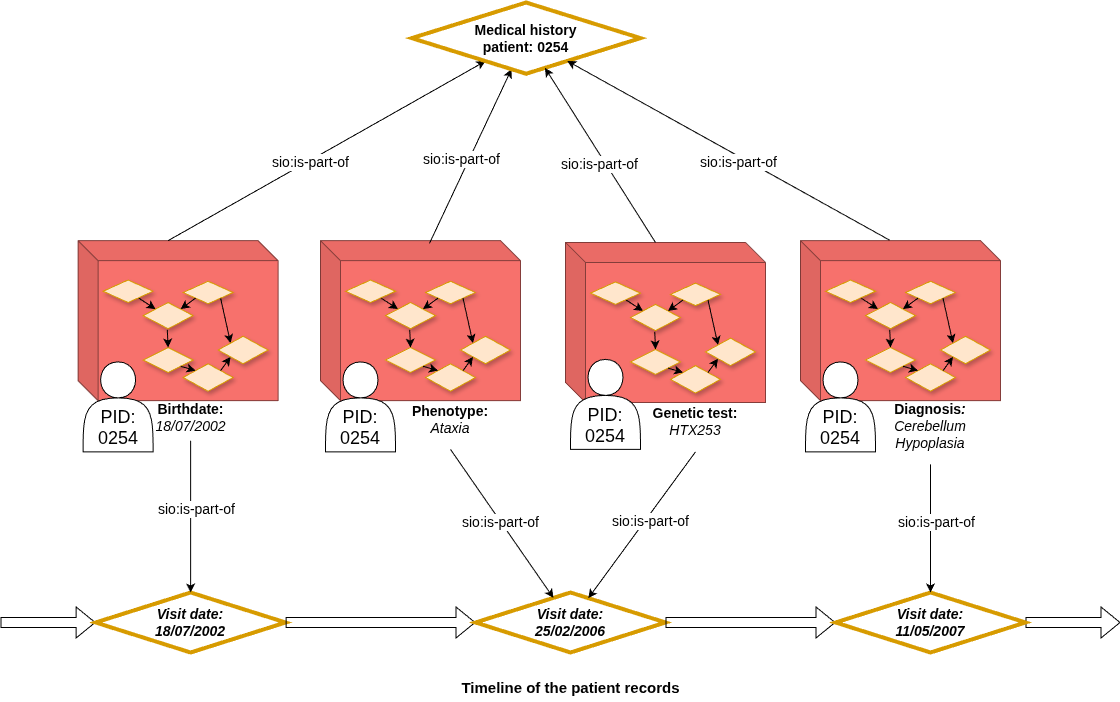
CARE-SM/CARE-Semantic-Model keeps this draw.io diagram as images/CARE-SM-Timeline.png. Above is the earlier version. Source tidied: cells renumbered, new cells last; positions are measured from the earlier drawing's top-left corner, leaving out a move shared by most shapes.
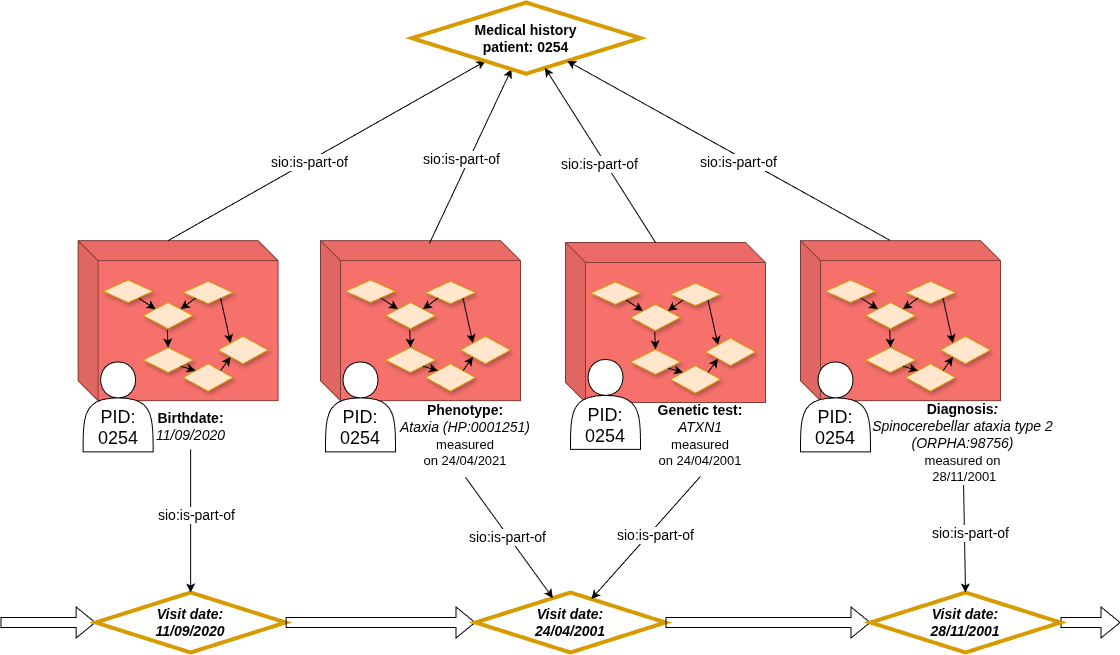
After the commit.

Commit message:
Timeline dates correction

Change to the diagram source:
```diff
@@ -41,8 +41,8 @@
     <mxCell id="14" style="rhombus;whiteSpace=wrap;html=1;fillColor=#ffe6cc;strokeColor=#d79b00;backgroundOutline=0;shadow=1;fontSize=14;" parent="1" vertex="1">
       <mxGeometry x="460" y="333.8" width="50" height="27.5" as="geometry" />
     </mxCell>
-    <mxCell id="15" value="&lt;b style=&quot;&quot;&gt;Phenotype:&lt;/b&gt;&lt;br&gt;&lt;i&gt;Ataxia&lt;/i&gt;" style="text;html=1;strokeColor=none;fillColor=none;align=center;verticalAlign=middle;whiteSpace=wrap;rounded=0;fontSize=14;" parent="1" vertex="1">
-      <mxGeometry x="390" y="386.9" width="120" height="60" as="geometry" />
+    <mxCell id="15" value="&lt;b style=&quot;&quot;&gt;Phenotype:&lt;/b&gt;&lt;br&gt;&lt;i&gt;Ataxia (HP:0001251)&lt;/i&gt;&lt;div&gt;&lt;font style=&quot;font-size: 13px;&quot;&gt;measured on&amp;nbsp;&lt;span style=&quot;background-color: transparent; color: light-dark(rgb(0, 0, 0), rgb(255, 255, 255));&quot;&gt;24/04/2021&lt;/span&gt;&lt;/font&gt;&lt;/div&gt;" style="text;html=1;strokeColor=none;fillColor=none;align=center;verticalAlign=middle;whiteSpace=wrap;rounded=0;fontSize=14;" parent="1" vertex="1">
+      <mxGeometry x="395" y="391.7" width="140" height="83.1" as="geometry" />
     </mxCell>
     <mxCell id="16" style="shape=cube;whiteSpace=wrap;html=1;boundedLbl=1;backgroundOutline=1;darkOpacity=0.05;darkOpacity2=0.1;fillColor=#F7716C;strokeColor=#853D3A;fontSize=14;" parent="1" vertex="1">
       <mxGeometry x="565" y="240" width="200" height="160" as="geometry" />
@@ -83,8 +83,8 @@
     <mxCell id="28" style="rhombus;whiteSpace=wrap;html=1;fillColor=#ffe6cc;strokeColor=#d79b00;backgroundOutline=0;shadow=1;fontSize=14;" parent="1" vertex="1">
       <mxGeometry x="705" y="335.6" width="50" height="27.5" as="geometry" />
     </mxCell>
-    <mxCell id="29" value="&lt;span style=&quot;font-size: 14px;&quot;&gt;&lt;b style=&quot;font-size: 14px;&quot;&gt;&lt;font style=&quot;font-size: 14px;&quot;&gt;Diagnosis&lt;i&gt;:&lt;/i&gt;&lt;/font&gt;&lt;/b&gt;&lt;/span&gt;&lt;div&gt;&lt;i style=&quot;font-size: 14px;&quot;&gt;&lt;span style=&quot;font-size: 14px;&quot;&gt;&lt;font style=&quot;font-size: 14px;&quot;&gt;Cerebellum&lt;/font&gt;&lt;/span&gt;&lt;/i&gt;&lt;/div&gt;&lt;div&gt;&lt;i style=&quot;font-size: 14px;&quot;&gt;&lt;span style=&quot;font-size: 14px;&quot;&gt;&lt;font style=&quot;font-size: 14px;&quot;&gt;Hypoplasia&lt;/font&gt;&lt;/span&gt;&lt;/i&gt;&lt;/div&gt;&lt;div&gt;&lt;br&gt;&lt;/div&gt;" style="text;html=1;strokeColor=none;fillColor=none;align=center;verticalAlign=middle;whiteSpace=wrap;rounded=0;fontSize=14;" parent="1" vertex="1">
-      <mxGeometry x="870" y="402.5" width="120" height="59.4" as="geometry" />
+    <mxCell id="29" value="&lt;span style=&quot;font-size: 14px;&quot;&gt;&lt;b style=&quot;font-size: 14px;&quot;&gt;&lt;font style=&quot;font-size: 14px;&quot;&gt;Diagnosis&lt;i&gt;:&lt;br&gt;&lt;/i&gt;&lt;/font&gt;&lt;/b&gt;&lt;/span&gt;&lt;div&gt;&lt;span style=&quot;background-color: transparent;&quot;&gt;&lt;i&gt;Spinocerebellar ataxia type 2&lt;/i&gt;&lt;/span&gt;&lt;/div&gt;&lt;div&gt;&lt;span style=&quot;background-color: transparent;&quot;&gt;&lt;i&gt;(ORPHA:98756)&lt;/i&gt;&lt;/span&gt;&lt;/div&gt;&lt;div&gt;&lt;span style=&quot;font-size: 13px; background-color: transparent; color: light-dark(rgb(0, 0, 0), rgb(255, 255, 255));&quot;&gt;measured on&lt;/span&gt;&lt;/div&gt;&lt;div&gt;&lt;span style=&quot;font-size: 13px;&quot;&gt;&amp;nbsp;&lt;/span&gt;&lt;span style=&quot;color: light-dark(rgb(0, 0, 0), rgb(255, 255, 255)); background-color: transparent; font-size: 13px;&quot;&gt;28/11/2001&lt;/span&gt;&lt;/div&gt;&lt;div&gt;&lt;br&gt;&lt;/div&gt;" style="text;html=1;strokeColor=none;fillColor=none;align=center;verticalAlign=middle;whiteSpace=wrap;rounded=0;fontSize=14;" parent="1" vertex="1">
+      <mxGeometry x="865" y="415" width="195" height="67.5" as="geometry" />
     </mxCell>
     <mxCell id="30" style="shape=cube;whiteSpace=wrap;html=1;boundedLbl=1;backgroundOutline=1;darkOpacity=0.05;darkOpacity2=0.1;fillColor=#F7716C;strokeColor=#853D3A;fontSize=14;" parent="1" vertex="1">
       <mxGeometry x="77.6" y="238.1" width="200" height="160" as="geometry" />
@@ -152,36 +152,36 @@
         <mxPoint y="-1" as="offset" />
       </mxGeometry>
     </mxCell>
-    <mxCell id="50" value="&lt;b&gt;Genetic test:&lt;/b&gt;&lt;div&gt;&lt;i&gt;HTX253&lt;/i&gt;&lt;/div&gt;" style="text;html=1;strokeColor=none;fillColor=none;align=center;verticalAlign=middle;whiteSpace=wrap;rounded=0;fontSize=14;" parent="1" vertex="1">
-      <mxGeometry x="635" y="388.8" width="120" height="60.6" as="geometry" />
+    <mxCell id="50" value="&lt;b&gt;Genetic test:&lt;/b&gt;&lt;div&gt;&lt;i&gt;ATXN1&lt;/i&gt;&lt;/div&gt;&lt;div&gt;&lt;span style=&quot;font-size: 13px;&quot;&gt;measured on&amp;nbsp;&lt;/span&gt;&lt;span style=&quot;color: light-dark(rgb(0, 0, 0), rgb(255, 255, 255)); font-size: 13px; background-color: transparent;&quot;&gt;24/04/2001&lt;/span&gt;&lt;/div&gt;" style="text;html=1;strokeColor=none;fillColor=none;align=center;verticalAlign=middle;whiteSpace=wrap;rounded=0;fontSize=14;" parent="1" vertex="1">
+      <mxGeometry x="640" y="392.7" width="120" height="81.2" as="geometry" />
     </mxCell>
     <mxCell id="51" style="shape=flexArrow;endArrow=classic;html=1;rounded=0;" parent="1" edge="1" source="58">
       <mxGeometry relative="1" as="geometry">
         <mxPoint x="1120" y="620" as="targetPoint" />
       </mxGeometry>
     </mxCell>
-    <mxCell id="52" value="&lt;span style=&quot;font-size: 14px;&quot;&gt;&lt;b style=&quot;font-size: 14px;&quot;&gt;&lt;font style=&quot;font-size: 14px;&quot;&gt;Birthdate:&lt;/font&gt;&lt;/b&gt;&lt;/span&gt;&lt;div&gt;&lt;i style=&quot;font-size: 14px;&quot;&gt;&lt;span style=&quot;font-size: 14px;&quot;&gt;&lt;font style=&quot;font-size: 14px;&quot;&gt;18/07/2002&lt;/font&gt;&lt;/span&gt;&lt;/i&gt;&lt;/div&gt;" style="text;html=1;strokeColor=none;fillColor=none;align=center;verticalAlign=middle;whiteSpace=wrap;rounded=0;fontSize=14;" parent="1" vertex="1">
-      <mxGeometry x="122.7" y="391.7" width="134.9" height="46.6" as="geometry" />
+    <mxCell id="52" value="&lt;span style=&quot;font-size: 14px;&quot;&gt;&lt;b style=&quot;font-size: 14px;&quot;&gt;&lt;font style=&quot;font-size: 14px;&quot;&gt;Birthdate:&lt;/font&gt;&lt;/b&gt;&lt;/span&gt;&lt;div&gt;&lt;i style=&quot;font-size: 14px;&quot;&gt;&lt;span style=&quot;font-size: 14px;&quot;&gt;&lt;font style=&quot;font-size: 14px;&quot;&gt;11/09/2020&lt;/font&gt;&lt;/span&gt;&lt;/i&gt;&lt;/div&gt;" style="text;html=1;strokeColor=none;fillColor=none;align=center;verticalAlign=middle;whiteSpace=wrap;rounded=0;fontSize=14;" parent="1" vertex="1">
+      <mxGeometry x="122.7" y="400.3" width="134.9" height="46.6" as="geometry" />
     </mxCell>
     <mxCell id="53" style="shape=flexArrow;endArrow=classic;html=1;rounded=0;" parent="1" edge="1" target="54">
       <mxGeometry relative="1" as="geometry">
         <mxPoint y="620" as="sourcePoint" />
       </mxGeometry>
     </mxCell>
-    <mxCell id="54" value="&lt;div&gt;&lt;i&gt;&lt;b&gt;Visit date:&lt;/b&gt;&lt;/i&gt;&lt;/div&gt;&lt;div&gt;&lt;i&gt;&lt;b&gt;18/07/2002&lt;/b&gt;&lt;/i&gt;&lt;/div&gt;" style="rhombus;whiteSpace=wrap;html=1;fillColor=#FFFFFF;strokeColor=#D79B00;perimeter=rhombusPerimeter;arcSize=20;comic=0;enumerate=0;strokeWidth=4;rounded=0;fontSize=14;" parent="1" vertex="1">
+    <mxCell id="54" value="&lt;div&gt;&lt;i&gt;&lt;b&gt;Visit date:&lt;/b&gt;&lt;/i&gt;&lt;/div&gt;&lt;div&gt;&lt;i&gt;&lt;b&gt;11/09/2020&lt;/b&gt;&lt;/i&gt;&lt;/div&gt;" style="rhombus;whiteSpace=wrap;html=1;fillColor=#FFFFFF;strokeColor=#D79B00;perimeter=rhombusPerimeter;arcSize=20;comic=0;enumerate=0;strokeWidth=4;rounded=0;fontSize=14;" parent="1" vertex="1">
       <mxGeometry x="95.1" y="590" width="190" height="60" as="geometry" />
     </mxCell>
     <mxCell id="55" style="shape=flexArrow;endArrow=classic;html=1;rounded=0;" parent="1" edge="1" source="54" target="56">
       <mxGeometry relative="1" as="geometry" />
     </mxCell>
-    <mxCell id="56" value="&lt;div&gt;&lt;i&gt;&lt;b&gt;Visit date:&lt;/b&gt;&lt;/i&gt;&lt;/div&gt;&lt;div&gt;&lt;i&gt;&lt;b&gt;25/02/2006&lt;/b&gt;&lt;/i&gt;&lt;/div&gt;" style="rhombus;whiteSpace=wrap;html=1;fillColor=#FFFFFF;strokeColor=#D79B00;perimeter=rhombusPerimeter;arcSize=20;comic=0;enumerate=0;strokeWidth=4;rounded=0;fontSize=14;" parent="1" vertex="1">
+    <mxCell id="56" value="&lt;div&gt;&lt;i&gt;&lt;b&gt;Visit date:&lt;/b&gt;&lt;/i&gt;&lt;/div&gt;&lt;div&gt;&lt;i&gt;&lt;b&gt;24/04/2001&lt;/b&gt;&lt;/i&gt;&lt;/div&gt;" style="rhombus;whiteSpace=wrap;html=1;fillColor=#FFFFFF;strokeColor=#D79B00;perimeter=rhombusPerimeter;arcSize=20;comic=0;enumerate=0;strokeWidth=4;rounded=0;fontSize=14;" parent="1" vertex="1">
       <mxGeometry x="475" y="590" width="190" height="60" as="geometry" />
     </mxCell>
     <mxCell id="57" style="shape=flexArrow;endArrow=classic;html=1;rounded=0;" parent="1" edge="1" source="56" target="58">
       <mxGeometry relative="1" as="geometry" />
     </mxCell>
-    <mxCell id="58" value="&lt;div&gt;&lt;i&gt;&lt;b&gt;Visit date:&lt;/b&gt;&lt;/i&gt;&lt;/div&gt;&lt;div&gt;&lt;i&gt;&lt;b&gt;11/05/2007&lt;/b&gt;&lt;/i&gt;&lt;/div&gt;" style="rhombus;whiteSpace=wrap;html=1;fillColor=#FFFFFF;strokeColor=#D79B00;perimeter=rhombusPerimeter;arcSize=20;comic=0;enumerate=0;strokeWidth=4;rounded=0;fontSize=14;" parent="1" vertex="1">
-      <mxGeometry x="835" y="590" width="190" height="60" as="geometry" />
+    <mxCell id="58" value="&lt;div&gt;&lt;i&gt;&lt;b&gt;Visit date:&lt;/b&gt;&lt;/i&gt;&lt;/div&gt;&lt;div&gt;&lt;i&gt;&lt;b&gt;28/11/2001&lt;/b&gt;&lt;/i&gt;&lt;/div&gt;" style="rhombus;whiteSpace=wrap;html=1;fillColor=#FFFFFF;strokeColor=#D79B00;perimeter=rhombusPerimeter;arcSize=20;comic=0;enumerate=0;strokeWidth=4;rounded=0;fontSize=14;" parent="1" vertex="1">
+      <mxGeometry x="870" y="590" width="190" height="60" as="geometry" />
     </mxCell>
     <mxCell id="59" value="sio:is-part-of" style="edgeStyle=none;rounded=0;jettySize=auto;html=1;fontSize=14;exitX=0.5;exitY=1;exitDx=0;exitDy=0;" parent="1" edge="1" source="15" target="56">
       <mxGeometry x="-0.02" y="-1" relative="1" as="geometry" />
@@ -244,10 +244,7 @@
       <mxGeometry x="82.6" y="359.4" width="70" height="90" as="geometry" />
     </mxCell>
     <mxCell id="77" value="&lt;div&gt;&lt;font style=&quot;font-size: 18px;&quot;&gt;&lt;br&gt;&lt;/font&gt;&lt;/div&gt;&lt;font style=&quot;font-size: 18px;&quot;&gt;&lt;div&gt;&lt;font style=&quot;font-size: 18px;&quot;&gt;&lt;br&gt;&lt;/font&gt;&lt;/div&gt;PID:&lt;/font&gt;&lt;div&gt;&lt;font style=&quot;font-size: 18px;&quot;&gt;0254&lt;/font&gt;&lt;/div&gt;" style="shape=actor;whiteSpace=wrap;html=1;" parent="1" vertex="1">
-      <mxGeometry x="805" y="359.4" width="70" height="90" as="geometry" />
+      <mxGeometry x="800" y="359.4" width="70" height="90" as="geometry" />
     </mxCell>
-    <mxCell id="78" value="&lt;font style=&quot;font-size: 15px;&quot;&gt;&lt;b&gt;Timeline of the patient records&lt;/b&gt;&lt;/font&gt;" style="text;html=1;align=center;verticalAlign=middle;strokeColor=none;fillColor=none;" parent="1" vertex="1">
-      <mxGeometry x="450" y="670" width="240" height="30" as="geometry" />
-    </mxCell>
   </root>
 </mxGraphModel>
```
